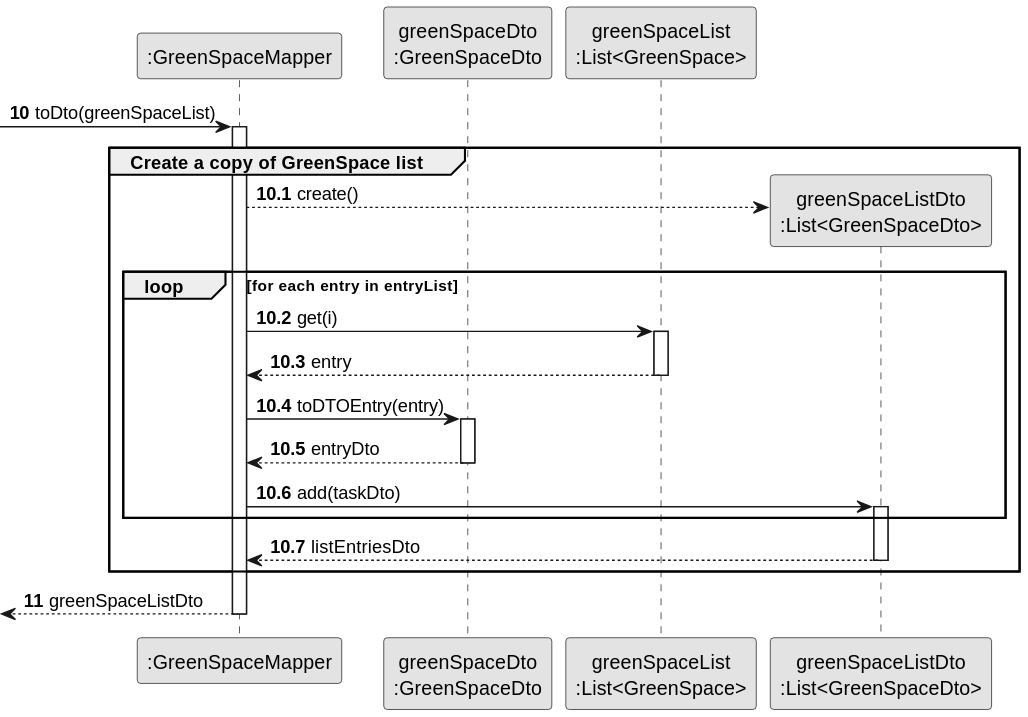
Before: docs/sprintC/us027/03.design/svg/us027-sequence-diagram-partial-create-a-copy-of-GreenSpace-list.svg, a diagram exported from PlantUML (diogoveirospro/lei-24-s2-1dg-g072).
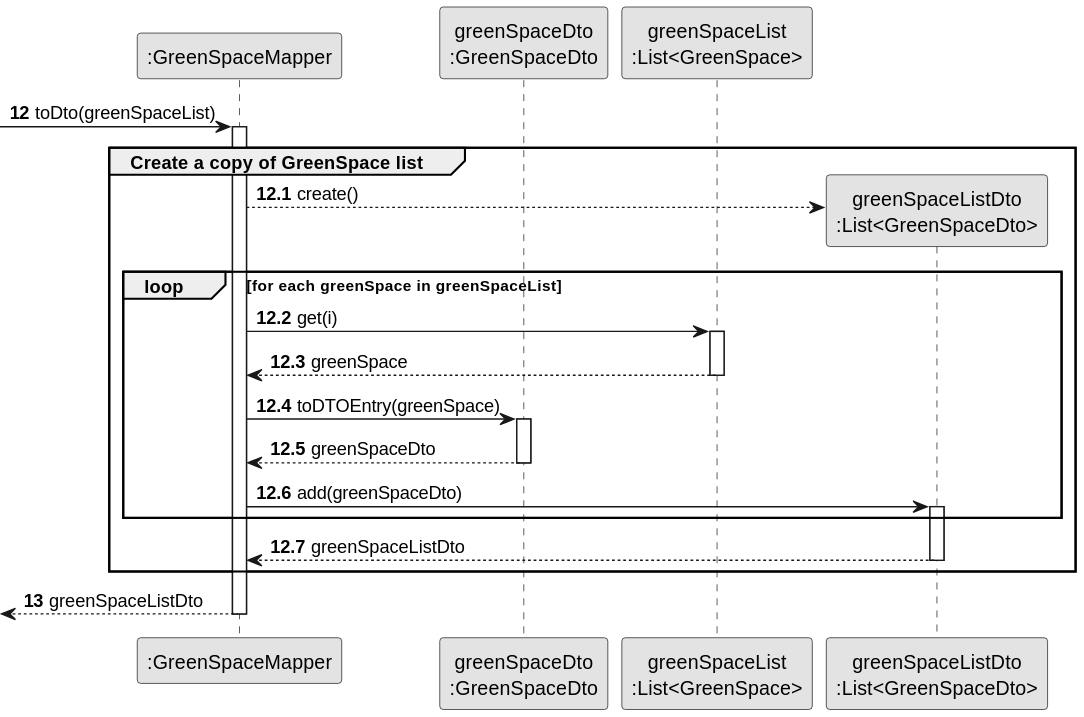
The same diagram one commit later.

What changed in the source:
```diff
@@ -11,34 +11,34 @@
 participant "greenSpaceList\n:List<GreenSpace>" as greenSpaceList
 participant "greenSpaceListDto\n:List<GreenSpaceDto>" as LISTDTO
 
-autonumber 10
+autonumber 12
 
  -> Mapper : toDto(greenSpaceList)
-autonumber 10.1
+autonumber 12.1
 activate Mapper
     group Create a copy of GreenSpace list
 
             Mapper --> LISTDTO** : create()
-                loop for each entry in entryList
+                loop for each greenSpace in greenSpaceList
                     Mapper -> greenSpaceList : get(i)
                         activate greenSpaceList
 
-                        greenSpaceList --> Mapper : entry
+                        greenSpaceList --> Mapper : greenSpace
                         deactivate greenSpaceList
-                    Mapper -> DTO : toDTOEntry(entry)
+                    Mapper -> DTO : toDTOEntry(greenSpace)
                         activate DTO
 
-                        DTO --> Mapper : entryDto
+                        DTO --> Mapper : greenSpaceDto
                         deactivate DTO
-                    Mapper -> LISTDTO : add(taskDto)
+                    Mapper -> LISTDTO : add(greenSpaceDto)
                         activate LISTDTO
                 end
 
 
-            LISTDTO --> Mapper : listEntriesDto
+            LISTDTO --> Mapper : greenSpaceListDto
              deactivate LISTDTO
     end
-    autonumber 11
+    autonumber 13
 
     <-- Mapper  : greenSpaceListDto
 
```
